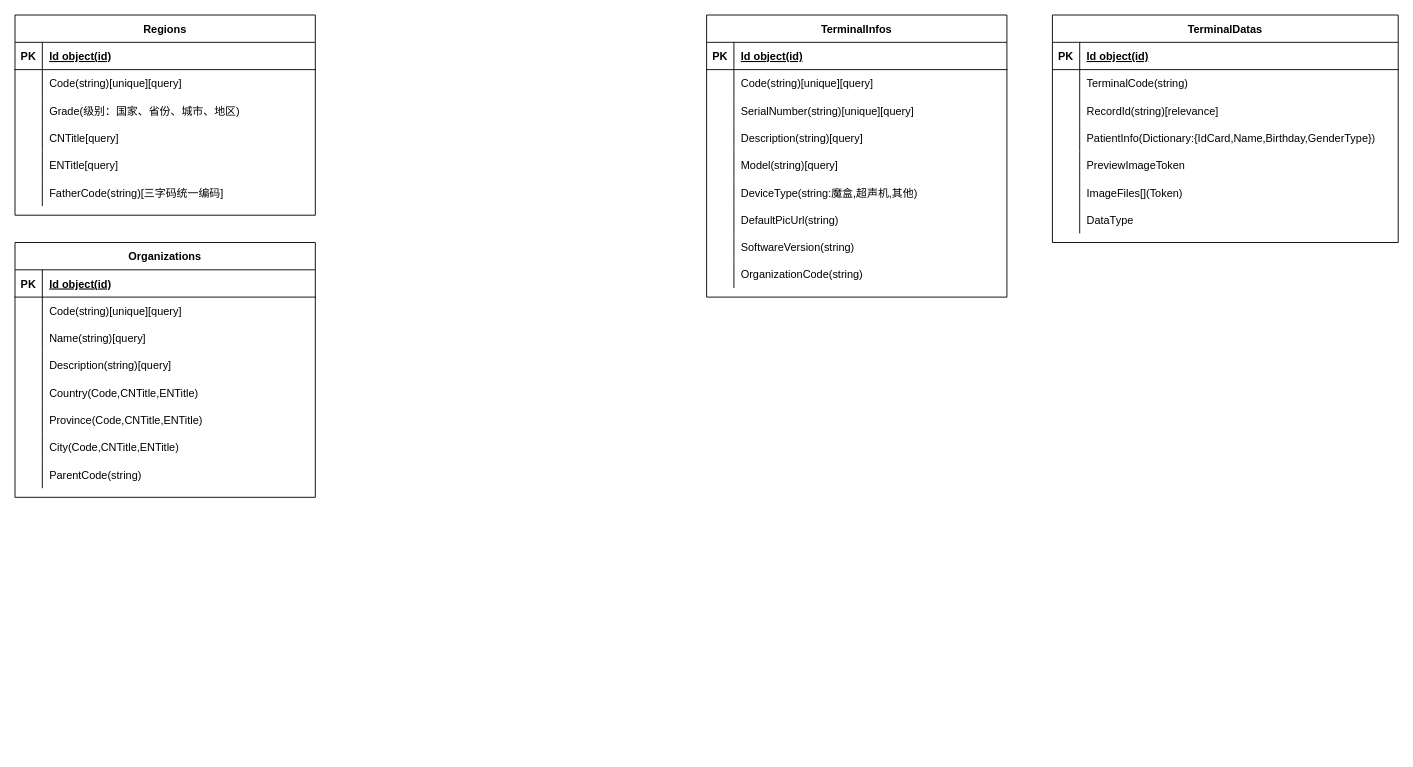
The draw.io diagram Untitled Diagram.drawio in qwb2013/Xamarin-iOSTips, before the edit. Source tidied: cells renumbered, new cells numbered last; positions are measured from the earlier drawing's top-left corner, leaving out a move shared by most shapes. Both pictures are drawn from the tidied source at 91%, with x=0, y=0 at pixel (15, 15).
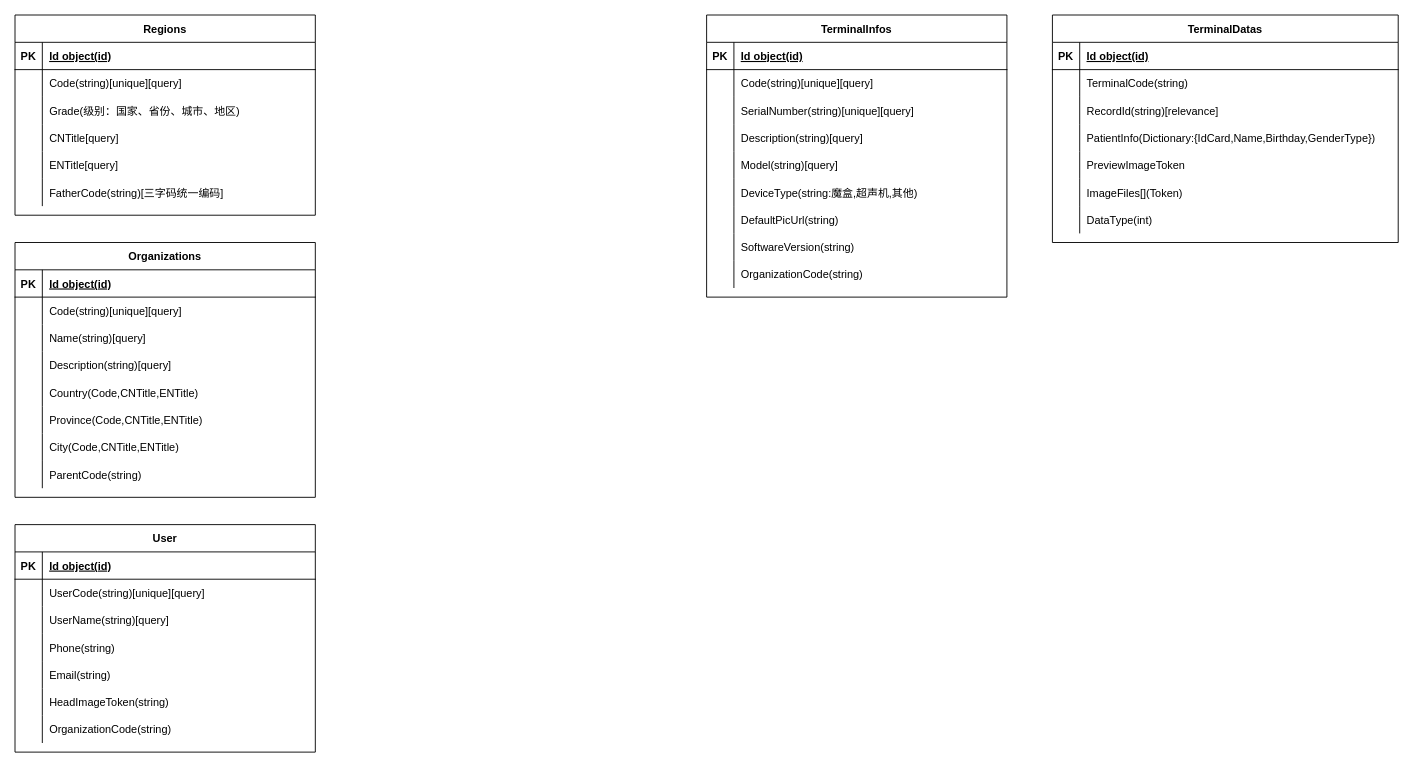
The same diagram, later.

Unchanged cells that the change refers to:
```xml
<mxCell id="93" style="shape=partialRectangle;fillColor=none;top=0;left=0;right=0;bottom=0;" parent="74" vertex="1">
  <mxGeometry y="210" width="380" height="30" as="geometry" />
</mxCell>
```

What changed in the source:
```diff
@@
-    <mxCell id="95" value="DataType" style="shape=partialRectangle;overflow=hidden;fillColor=none;top=0;left=0;bottom=0;right=0;align=left;spacingLeft=6;" parent="93" vertex="1">
+    <mxCell id="95" value="DataType(int)" style="shape=partialRectangle;overflow=hidden;fillColor=none;top=0;left=0;bottom=0;right=0;align=left;spacingLeft=6;" parent="93" vertex="1">
       <mxGeometry x="30" width="350" height="30" as="geometry" />
     </mxCell>
+    <mxCell id="96" value="User" style="shape=table;startSize=30;childLayout=tableLayout;rowLines=0;fontStyle=1;align=center;" parent="1" vertex="1">
+      <mxGeometry y="560" width="330" height="250" as="geometry" />
+    </mxCell>
+    <mxCell id="97" style="shape=partialRectangle;fillColor=none;top=0;left=0;right=0;bottom=1;" parent="96" vertex="1">
+      <mxGeometry y="30" width="330" height="30" as="geometry" />
+    </mxCell>
+    <mxCell id="98" value="PK" style="shape=partialRectangle;overflow=hidden;fillColor=none;top=0;left=0;bottom=0;right=0;fontStyle=1;" parent="97" vertex="1">
+      <mxGeometry width="30" height="30" as="geometry" />
+    </mxCell>
+    <mxCell id="99" value="Id object(id)" style="shape=partialRectangle;overflow=hidden;fillColor=none;top=0;left=0;bottom=0;right=0;align=left;spacingLeft=6;fontStyle=5;" parent="97" vertex="1">
+      <mxGeometry x="30" width="300" height="30" as="geometry" />
+    </mxCell>
+    <mxCell id="100" style="shape=partialRectangle;fillColor=none;top=0;left=0;right=0;bottom=0;" parent="96" vertex="1">
+      <mxGeometry y="60" width="330" height="30" as="geometry" />
+    </mxCell>
+    <mxCell id="101" style="shape=partialRectangle;overflow=hidden;fillColor=none;top=0;left=0;bottom=0;right=0;" parent="100" vertex="1">
+      <mxGeometry width="30" height="30" as="geometry" />
+    </mxCell>
+    <mxCell id="102" value="UserCode(string)[unique][query]" style="shape=partialRectangle;overflow=hidden;fillColor=none;top=0;left=0;bottom=0;right=0;align=left;spacingLeft=6;" parent="100" vertex="1">
+      <mxGeometry x="30" width="300" height="30" as="geometry" />
+    </mxCell>
+    <mxCell id="103" style="shape=partialRectangle;fillColor=none;top=0;left=0;right=0;bottom=0;" parent="96" vertex="1">
+      <mxGeometry y="90" width="330" height="30" as="geometry" />
+    </mxCell>
+    <mxCell id="104" style="shape=partialRectangle;overflow=hidden;fillColor=none;top=0;left=0;bottom=0;right=0;" parent="103" vertex="1">
+      <mxGeometry width="30" height="30" as="geometry" />
+    </mxCell>
+    <mxCell id="105" value="UserName(string)[query]" style="shape=partialRectangle;overflow=hidden;fillColor=none;top=0;left=0;bottom=0;right=0;align=left;spacingLeft=6;" parent="103" vertex="1">
+      <mxGeometry x="30" width="300" height="30" as="geometry" />
+    </mxCell>
+    <mxCell id="106" style="shape=partialRectangle;fillColor=none;top=0;left=0;right=0;bottom=0;" parent="96" vertex="1">
+      <mxGeometry y="120" width="330" height="30" as="geometry" />
+    </mxCell>
+    <mxCell id="107" style="shape=partialRectangle;overflow=hidden;fillColor=none;top=0;left=0;bottom=0;right=0;" parent="106" vertex="1">
+      <mxGeometry width="30" height="30" as="geometry" />
+    </mxCell>
+    <mxCell id="108" value="Phone(string)" style="shape=partialRectangle;overflow=hidden;fillColor=none;top=0;left=0;bottom=0;right=0;align=left;spacingLeft=6;" parent="106" vertex="1">
+      <mxGeometry x="30" width="300" height="30" as="geometry" />
+    </mxCell>
+    <mxCell id="109" style="shape=partialRectangle;fillColor=none;top=0;left=0;right=0;bottom=0;" parent="96" vertex="1">
+      <mxGeometry y="150" width="330" height="30" as="geometry" />
+    </mxCell>
+    <mxCell id="110" style="shape=partialRectangle;overflow=hidden;fillColor=none;top=0;left=0;bottom=0;right=0;" parent="109" vertex="1">
+      <mxGeometry width="30" height="30" as="geometry" />
+    </mxCell>
+    <mxCell id="111" value="Email(string)" style="shape=partialRectangle;overflow=hidden;fillColor=none;top=0;left=0;bottom=0;right=0;align=left;spacingLeft=6;" parent="109" vertex="1">
+      <mxGeometry x="30" width="300" height="30" as="geometry" />
+    </mxCell>
+    <mxCell id="112" style="shape=partialRectangle;fillColor=none;top=0;left=0;right=0;bottom=0;" parent="96" vertex="1">
+      <mxGeometry y="180" width="330" height="30" as="geometry" />
+    </mxCell>
+    <mxCell id="113" style="shape=partialRectangle;overflow=hidden;fillColor=none;top=0;left=0;bottom=0;right=0;" parent="112" vertex="1">
+      <mxGeometry width="30" height="30" as="geometry" />
+    </mxCell>
+    <mxCell id="114" value="HeadImageToken(string)" style="shape=partialRectangle;overflow=hidden;fillColor=none;top=0;left=0;bottom=0;right=0;align=left;spacingLeft=6;" parent="112" vertex="1">
+      <mxGeometry x="30" width="300" height="30" as="geometry" />
+    </mxCell>
+    <mxCell id="115" style="shape=partialRectangle;fillColor=none;top=0;left=0;right=0;bottom=0;" parent="96" vertex="1">
+      <mxGeometry y="210" width="330" height="30" as="geometry" />
+    </mxCell>
+    <mxCell id="116" style="shape=partialRectangle;overflow=hidden;fillColor=none;top=0;left=0;bottom=0;right=0;" parent="115" vertex="1">
+      <mxGeometry width="30" height="30" as="geometry" />
+    </mxCell>
+    <mxCell id="117" value="OrganizationCode(string)" style="shape=partialRectangle;overflow=hidden;fillColor=none;top=0;left=0;bottom=0;right=0;align=left;spacingLeft=6;" parent="115" vertex="1">
+      <mxGeometry x="30" width="300" height="30" as="geometry" />
+    </mxCell>
```
